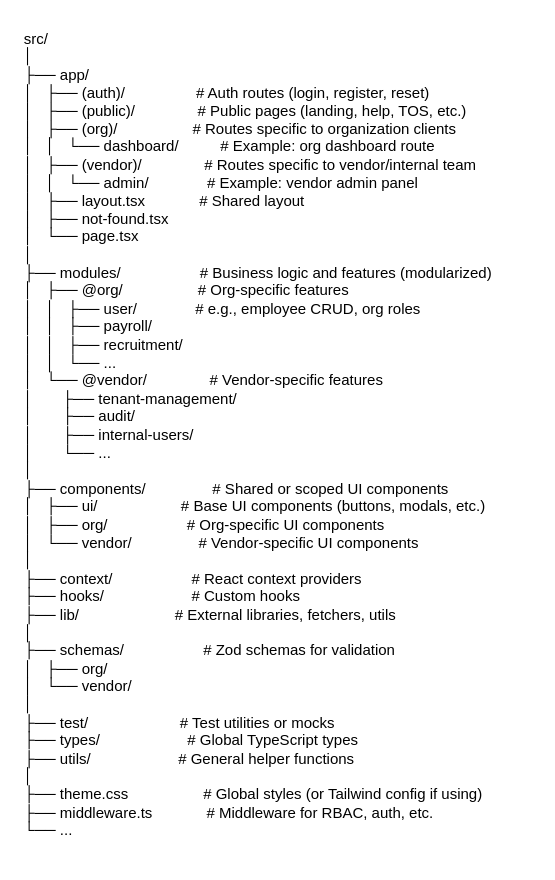
This is page "Folder Structure" (2 of 2) of apps/user-dashboard/schematics.drawio from techstudioconsults/HRIS, a draw.io file, before an edit. Source tidied: cells renumbered, new cells numbered last; positions are measured from the earlier drawing's top-left corner, leaving out a move shared by most shapes. Both pictures are drawn from the tidied source at 125%, with x=0, y=0 at pixel (21, 21).
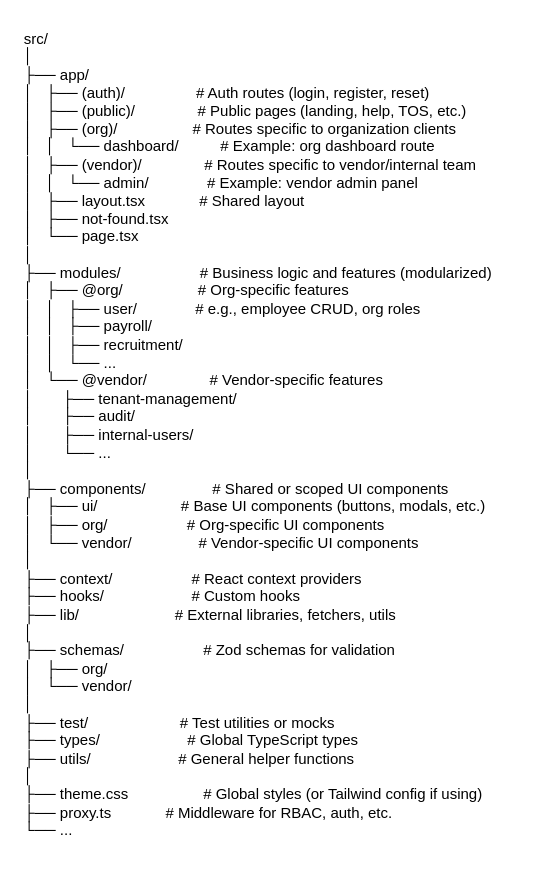
The same diagram, later.

The edit, as a diff of the source:
```diff
@@
 <mxGraphModel>
   <root>
     <mxCell id="0" />
     <mxCell id="1" parent="0" />
-    <mxCell id="2" value="src/&#10;│&#10;├── app/&#10;│   ├── (auth)/                 # Auth routes (login, register, reset)&#10;│   ├── (public)/               # Public pages (landing, help, TOS, etc.)&#10;│   ├── (org)/                  # Routes specific to organization clients&#10;│   │   └── dashboard/          # Example: org dashboard route&#10;│   ├── (vendor)/               # Routes specific to vendor/internal team&#10;│   │   └── admin/              # Example: vendor admin panel&#10;│   ├── layout.tsx             # Shared layout&#10;│   ├── not-found.tsx&#10;│   └── page.tsx&#10;│&#10;├── modules/                   # Business logic and features (modularized)&#10;│   ├── @org/                  # Org-specific features&#10;│   │   ├── user/              # e.g., employee CRUD, org roles&#10;│   │   ├── payroll/&#10;│   │   ├── recruitment/&#10;│   │   └── ...&#10;│   └── @vendor/               # Vendor-specific features&#10;│       ├── tenant-management/&#10;│       ├── audit/&#10;│       ├── internal-users/&#10;│       └── ...&#10;│&#10;├── components/                # Shared or scoped UI components&#10;│   ├── ui/                    # Base UI components (buttons, modals, etc.)&#10;│   ├── org/                   # Org-specific UI components&#10;│   └── vendor/                # Vendor-specific UI components&#10;│&#10;├── context/                   # React context providers&#10;├── hooks/                     # Custom hooks&#10;├── lib/                       # External libraries, fetchers, utils&#10;│&#10;├── schemas/                   # Zod schemas for validation&#10;│   ├── org/&#10;│   └── vendor/&#10;│&#10;├── test/                      # Test utilities or mocks&#10;├── types/                     # Global TypeScript types&#10;├── utils/                     # General helper functions&#10;│&#10;├── theme.css                  # Global styles (or Tailwind config if using)&#10;├── middleware.ts             # Middleware for RBAC, auth, etc.&#10;└── ..." style="text;whiteSpace=wrap;" parent="1" vertex="1">
+    <mxCell id="2" value="src/&#10;│&#10;├── app/&#10;│   ├── (auth)/                 # Auth routes (login, register, reset)&#10;│   ├── (public)/               # Public pages (landing, help, TOS, etc.)&#10;│   ├── (org)/                  # Routes specific to organization clients&#10;│   │   └── dashboard/          # Example: org dashboard route&#10;│   ├── (vendor)/               # Routes specific to vendor/internal team&#10;│   │   └── admin/              # Example: vendor admin panel&#10;│   ├── layout.tsx             # Shared layout&#10;│   ├── not-found.tsx&#10;│   └── page.tsx&#10;│&#10;├── modules/                   # Business logic and features (modularized)&#10;│   ├── @org/                  # Org-specific features&#10;│   │   ├── user/              # e.g., employee CRUD, org roles&#10;│   │   ├── payroll/&#10;│   │   ├── recruitment/&#10;│   │   └── ...&#10;│   └── @vendor/               # Vendor-specific features&#10;│       ├── tenant-management/&#10;│       ├── audit/&#10;│       ├── internal-users/&#10;│       └── ...&#10;│&#10;├── components/                # Shared or scoped UI components&#10;│   ├── ui/                    # Base UI components (buttons, modals, etc.)&#10;│   ├── org/                   # Org-specific UI components&#10;│   └── vendor/                # Vendor-specific UI components&#10;│&#10;├── context/                   # React context providers&#10;├── hooks/                     # Custom hooks&#10;├── lib/                       # External libraries, fetchers, utils&#10;│&#10;├── schemas/                   # Zod schemas for validation&#10;│   ├── org/&#10;│   └── vendor/&#10;│&#10;├── test/                      # Test utilities or mocks&#10;├── types/                     # Global TypeScript types&#10;├── utils/                     # General helper functions&#10;│&#10;├── theme.css                  # Global styles (or Tailwind config if using)&#10;├── proxy.ts             # Middleware for RBAC, auth, etc.&#10;└── ..." style="text;whiteSpace=wrap;" parent="1" vertex="1">
       <mxGeometry width="410" height="670" as="geometry" />
     </mxCell>
   </root>
 </mxGraphModel>
```
